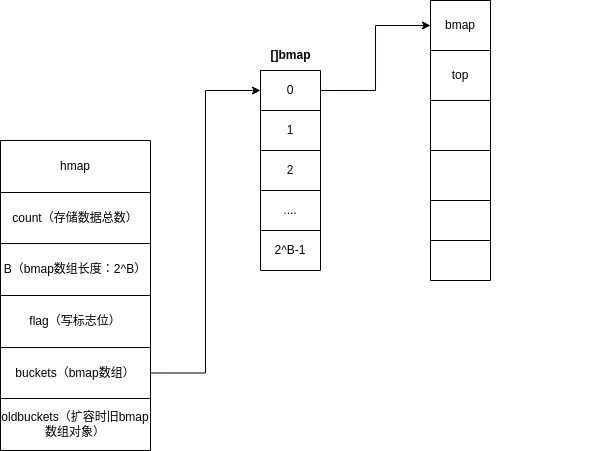
Before: img/gomap.png, a diagram exported from draw.io (zlmsx/zlmsx.github.io). Source tidied: cells renumbered, new cells last; positions are measured from the earlier drawing's top-left corner, leaving out a move shared by most shapes.
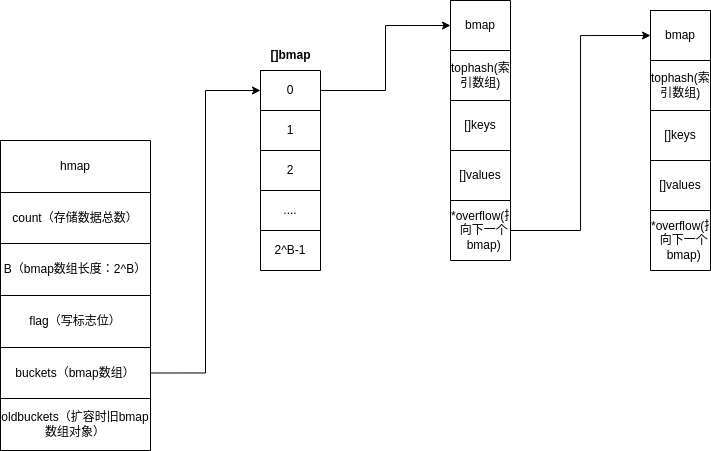
Later version of the same file.

Diff of the diagram source:
```diff
@@ -3,7 +3,7 @@
     <mxCell id="0" />
     <mxCell id="1" parent="0" />
     <mxCell id="2" style="shape=table;startSize=0;shadow=0;" parent="1" vertex="1">
-      <mxGeometry y="140" width="150" height="310" as="geometry" />
+      <mxGeometry x="-460" y="240" width="150" height="310" as="geometry" />
     </mxCell>
     <mxCell id="3" style="shape=tableRow;horizontal=0;startSize=0;swimlaneHead=0;swimlaneBody=0;top=0;left=0;bottom=0;right=0;fillColor=none;shadow=0;" parent="2" vertex="1">
       <mxGeometry width="150" height="52" as="geometry" />
@@ -42,7 +42,7 @@
       <mxGeometry width="150" height="52" as="geometry" />
     </mxCell>
     <mxCell id="15" style="shape=table;startSize=0;shadow=0;" parent="1" vertex="1">
-      <mxGeometry x="260" y="70" width="60" height="200" as="geometry" />
+      <mxGeometry x="-200" y="170" width="60" height="200" as="geometry" />
     </mxCell>
     <mxCell id="16" style="shape=tableRow;horizontal=0;startSize=0;swimlaneHead=0;swimlaneBody=0;top=0;left=0;bottom=0;right=0;fillColor=none;points=[[0,0.5],[1,0.5]];portConstraint=eastwest;shadow=0;" parent="15" vertex="1">
       <mxGeometry width="60" height="40" as="geometry" />
@@ -75,13 +75,13 @@
       <mxGeometry width="60" height="40" as="geometry" />
     </mxCell>
     <mxCell id="26" value="&lt;b&gt;[]bmap&lt;/b&gt;" style="text;html=1;align=center;verticalAlign=middle;strokeColor=none;fillColor=none;" parent="1" vertex="1">
-      <mxGeometry x="260" y="40" width="60" height="30" as="geometry" />
+      <mxGeometry x="-200" y="140" width="60" height="30" as="geometry" />
     </mxCell>
     <mxCell id="27" style="edgeStyle=orthogonalEdgeStyle;rounded=0;jettySize=auto;html=1;exitX=1;exitY=0.5;exitDx=0;exitDy=0;" parent="1" edge="1" source="11" target="16">
       <mxGeometry relative="1" as="geometry" />
     </mxCell>
     <mxCell id="28" style="shape=table;startSize=0;shadow=0;" parent="1" vertex="1">
-      <mxGeometry x="430" width="60" height="200" as="geometry" />
+      <mxGeometry x="-10" y="100" width="60" height="200" as="geometry" />
     </mxCell>
     <mxCell id="29" style="shape=tableRow;horizontal=0;startSize=0;swimlaneHead=0;swimlaneBody=0;top=0;left=0;bottom=0;right=0;fillColor=none;points=[[0,0.5],[1,0.5]];portConstraint=eastwest;shadow=0;" parent="28" vertex="1">
       <mxGeometry width="60" height="50" as="geometry" />
@@ -92,47 +92,86 @@
     <mxCell id="31" style="shape=tableRow;horizontal=0;startSize=0;swimlaneHead=0;swimlaneBody=0;top=0;left=0;bottom=0;right=0;fillColor=none;shadow=0;" parent="28" vertex="1">
       <mxGeometry y="50" width="60" height="50" as="geometry" />
     </mxCell>
-    <mxCell id="32" value="top" style="shape=partialRectangle;html=1;whiteSpace=wrap;overflow=hidden;fillColor=none;top=0;left=0;bottom=0;right=0;shadow=0;" parent="31" vertex="1">
+    <mxCell id="32" value="tophash(索引数组)" style="shape=partialRectangle;html=1;whiteSpace=wrap;overflow=hidden;fillColor=none;top=0;left=0;bottom=0;right=0;shadow=0;" parent="31" vertex="1">
       <mxGeometry width="60" height="50" as="geometry" />
     </mxCell>
     <mxCell id="33" style="shape=tableRow;horizontal=0;startSize=0;swimlaneHead=0;swimlaneBody=0;top=0;left=0;bottom=0;right=0;fillColor=none;shadow=0;" parent="28" vertex="1">
       <mxGeometry y="100" width="60" height="50" as="geometry" />
     </mxCell>
-    <mxCell id="34" style="shape=partialRectangle;html=1;whiteSpace=wrap;overflow=hidden;fillColor=none;top=0;left=0;bottom=0;right=0;shadow=0;" parent="33" vertex="1">
+    <mxCell id="34" value="[]keys" style="shape=partialRectangle;html=1;whiteSpace=wrap;overflow=hidden;fillColor=none;top=0;left=0;bottom=0;right=0;shadow=0;" parent="33" vertex="1">
       <mxGeometry width="60" height="50" as="geometry" />
     </mxCell>
     <mxCell id="35" style="shape=tableRow;horizontal=0;startSize=0;swimlaneHead=0;swimlaneBody=0;top=0;left=0;bottom=0;right=0;fillColor=none;shadow=0;" parent="28" vertex="1">
       <mxGeometry y="150" width="60" height="50" as="geometry" />
     </mxCell>
-    <mxCell id="36" style="shape=partialRectangle;html=1;whiteSpace=wrap;overflow=hidden;fillColor=none;top=0;left=0;bottom=0;right=0;shadow=0;" parent="35" vertex="1">
+    <mxCell id="36" value="[]values" style="shape=partialRectangle;html=1;whiteSpace=wrap;overflow=hidden;fillColor=none;top=0;left=0;bottom=0;right=0;shadow=0;" parent="35" vertex="1">
       <mxGeometry width="60" height="50" as="geometry" />
     </mxCell>
     <mxCell id="37" style="edgeStyle=orthogonalEdgeStyle;rounded=0;jettySize=auto;html=1;exitX=1;exitY=0.5;exitDx=0;exitDy=0;entryX=0;entryY=0.5;entryDx=0;entryDy=0;" parent="1" edge="1" source="16" target="29">
       <mxGeometry relative="1" as="geometry" />
     </mxCell>
     <mxCell id="38" style="shape=partialRectangle;html=1;whiteSpace=wrap;overflow=hidden;fillColor=none;top=0;left=0;bottom=0;right=0;shadow=0;" parent="1" vertex="1">
-      <mxGeometry x="430" y="200" width="60" height="50" as="geometry" />
+      <mxGeometry x="-10" y="300" width="60" height="50" as="geometry" />
     </mxCell>
     <mxCell id="39" style="shape=partialRectangle;html=1;whiteSpace=wrap;overflow=hidden;fillColor=none;top=0;left=0;bottom=0;right=0;shadow=0;" parent="1" vertex="1">
-      <mxGeometry x="430" y="200" width="60" height="50" as="geometry" />
+      <mxGeometry x="-10" y="300" width="60" height="50" as="geometry" />
     </mxCell>
     <mxCell id="40" style="shape=partialRectangle;html=1;whiteSpace=wrap;overflow=hidden;fillColor=none;top=0;left=0;bottom=0;right=0;shadow=0;" parent="1" vertex="1">
-      <mxGeometry x="530" y="220" width="60" height="50" as="geometry" />
+      <mxGeometry x="70" y="320" width="60" height="50" as="geometry" />
     </mxCell>
     <mxCell id="41" style="shape=table;startSize=0;shadow=0;" parent="1" vertex="1">
-      <mxGeometry x="430" y="200" width="60" height="80" as="geometry" />
+      <mxGeometry x="-10" y="300" width="60" height="60" as="geometry" />
     </mxCell>
     <mxCell id="42" style="shape=tableRow;horizontal=0;startSize=0;swimlaneHead=0;swimlaneBody=0;top=0;left=0;bottom=0;right=0;fillColor=none;points=[[0,0.5],[1,0.5]];portConstraint=eastwest;shadow=0;" parent="41" vertex="1">
-      <mxGeometry width="60" height="40" as="geometry" />
+      <mxGeometry width="60" height="60" as="geometry" />
     </mxCell>
-    <mxCell id="43" style="shape=partialRectangle;html=1;whiteSpace=wrap;overflow=hidden;fillColor=none;top=0;left=0;bottom=0;right=0;shadow=0;" parent="42" vertex="1">
-      <mxGeometry width="60" height="40" as="geometry" />
+    <mxCell id="43" value="*overflow(指向下一个bmap)" style="shape=partialRectangle;html=1;whiteSpace=wrap;overflow=hidden;fillColor=none;top=0;left=0;bottom=0;right=0;shadow=0;" parent="42" vertex="1">
+      <mxGeometry width="60" height="60" as="geometry" />
     </mxCell>
-    <mxCell id="44" style="shape=tableRow;horizontal=0;startSize=0;swimlaneHead=0;swimlaneBody=0;top=0;left=0;bottom=0;right=0;fillColor=none;shadow=0;" parent="41" vertex="1">
-      <mxGeometry y="40" width="60" height="40" as="geometry" />
-    </mxCell>
-    <mxCell id="45" style="shape=partialRectangle;html=1;whiteSpace=wrap;overflow=hidden;fillColor=none;top=0;left=0;bottom=0;right=0;shadow=0;" parent="44" vertex="1">
-      <mxGeometry width="60" height="40" as="geometry" />
-    </mxCell>
+    <mxCell id="46" style="shape=table;startSize=0;shadow=0;" parent="1" vertex="1">
+      <mxGeometry x="190" y="110" width="60" height="200" as="geometry" />
+    </mxCell>
+    <mxCell id="47" style="shape=tableRow;horizontal=0;startSize=0;swimlaneHead=0;swimlaneBody=0;top=0;left=0;bottom=0;right=0;fillColor=none;points=[[0,0.5],[1,0.5]];portConstraint=eastwest;shadow=0;" parent="46" vertex="1">
+      <mxGeometry width="60" height="50" as="geometry" />
+    </mxCell>
+    <mxCell id="48" value="bmap" style="shape=partialRectangle;html=1;whiteSpace=wrap;overflow=hidden;fillColor=none;top=0;left=0;bottom=0;right=0;shadow=0;" parent="47" vertex="1">
+      <mxGeometry width="60" height="50" as="geometry" />
+    </mxCell>
+    <mxCell id="49" style="shape=tableRow;horizontal=0;startSize=0;swimlaneHead=0;swimlaneBody=0;top=0;left=0;bottom=0;right=0;fillColor=none;shadow=0;" parent="46" vertex="1">
+      <mxGeometry y="50" width="60" height="50" as="geometry" />
+    </mxCell>
+    <mxCell id="50" value="tophash(索引数组)" style="shape=partialRectangle;html=1;whiteSpace=wrap;overflow=hidden;fillColor=none;top=0;left=0;bottom=0;right=0;shadow=0;" parent="49" vertex="1">
+      <mxGeometry width="60" height="50" as="geometry" />
+    </mxCell>
+    <mxCell id="51" style="shape=tableRow;horizontal=0;startSize=0;swimlaneHead=0;swimlaneBody=0;top=0;left=0;bottom=0;right=0;fillColor=none;shadow=0;" parent="46" vertex="1">
+      <mxGeometry y="100" width="60" height="50" as="geometry" />
+    </mxCell>
+    <mxCell id="52" value="[]keys" style="shape=partialRectangle;html=1;whiteSpace=wrap;overflow=hidden;fillColor=none;top=0;left=0;bottom=0;right=0;shadow=0;" parent="51" vertex="1">
+      <mxGeometry width="60" height="50" as="geometry" />
+    </mxCell>
+    <mxCell id="53" style="shape=tableRow;horizontal=0;startSize=0;swimlaneHead=0;swimlaneBody=0;top=0;left=0;bottom=0;right=0;fillColor=none;shadow=0;" parent="46" vertex="1">
+      <mxGeometry y="150" width="60" height="50" as="geometry" />
+    </mxCell>
+    <mxCell id="54" value="[]values" style="shape=partialRectangle;html=1;whiteSpace=wrap;overflow=hidden;fillColor=none;top=0;left=0;bottom=0;right=0;shadow=0;" parent="53" vertex="1">
+      <mxGeometry width="60" height="50" as="geometry" />
+    </mxCell>
+    <mxCell id="55" style="shape=partialRectangle;html=1;whiteSpace=wrap;overflow=hidden;fillColor=none;top=0;left=0;bottom=0;right=0;shadow=0;" parent="1" vertex="1">
+      <mxGeometry x="190" y="310" width="60" height="50" as="geometry" />
+    </mxCell>
+    <mxCell id="56" style="shape=partialRectangle;html=1;whiteSpace=wrap;overflow=hidden;fillColor=none;top=0;left=0;bottom=0;right=0;shadow=0;" parent="1" vertex="1">
+      <mxGeometry x="190" y="310" width="60" height="50" as="geometry" />
+    </mxCell>
+    <mxCell id="57" style="shape=table;startSize=0;shadow=0;" parent="1" vertex="1">
+      <mxGeometry x="190" y="310" width="60" height="60" as="geometry" />
+    </mxCell>
+    <mxCell id="58" style="shape=tableRow;horizontal=0;startSize=0;swimlaneHead=0;swimlaneBody=0;top=0;left=0;bottom=0;right=0;fillColor=none;shadow=0;" parent="57" vertex="1">
+      <mxGeometry width="60" height="60" as="geometry" />
+    </mxCell>
+    <mxCell id="59" value="*overflow(指向下一个bmap)" style="shape=partialRectangle;html=1;whiteSpace=wrap;overflow=hidden;fillColor=none;top=0;left=0;bottom=0;right=0;shadow=0;" parent="58" vertex="1">
+      <mxGeometry width="60" height="60" as="geometry" />
+    </mxCell>
+    <mxCell id="60" style="edgeStyle=orthogonalEdgeStyle;rounded=0;jettySize=auto;html=1;exitX=1;exitY=0.5;exitDx=0;exitDy=0;entryX=0;entryY=0.5;entryDx=0;entryDy=0;" parent="1" edge="1" source="42" target="47">
+      <mxGeometry relative="1" as="geometry" />
+    </mxCell>
   </root>
 </mxGraphModel>
```
